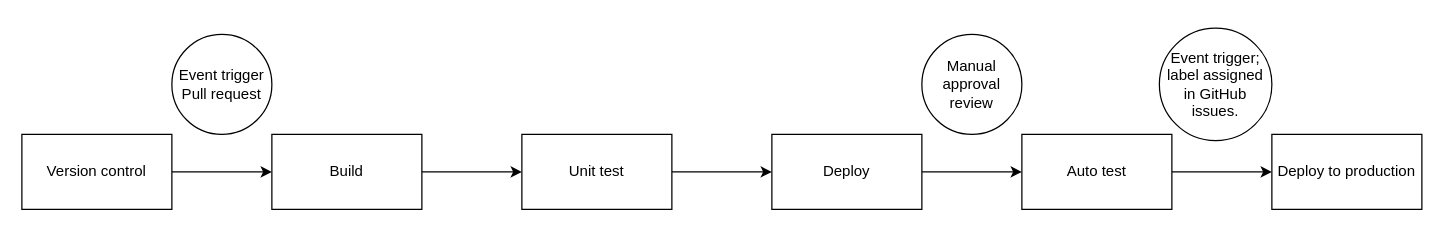
Earlier version of the draw.io diagram Untitled Diagram.drawio (sannya256/HSBS). Source tidied: cells renumbered, new cells numbered last; positions are measured from the earlier drawing's top-left corner, leaving out a move shared by most shapes. Both pictures are drawn from the tidied source at 125%, with x=0, y=0 at pixel (21, 28).
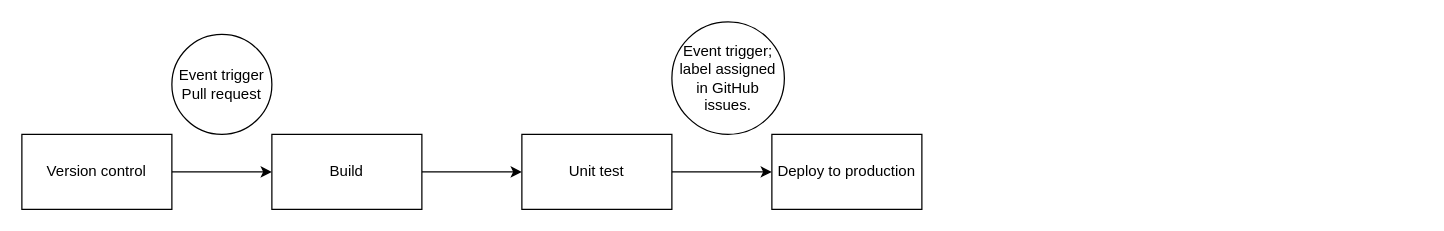
After the change.

Change to the diagram source:
```diff
@@
 <mxGraphModel>
   <root>
     <mxCell id="0" />
     <mxCell id="1" parent="0" />
     <mxCell id="2" style="edgeStyle=orthogonalEdgeStyle;rounded=0;jettySize=auto;html=1;" parent="1" edge="1" source="3" target="5">
       <mxGeometry relative="1" as="geometry" />
     </mxCell>
     <mxCell id="3" value="Version control" style="rounded=0;whiteSpace=wrap;html=1;" parent="1" vertex="1">
       <mxGeometry y="85" width="120" height="60" as="geometry" />
     </mxCell>
     <mxCell id="4" style="edgeStyle=orthogonalEdgeStyle;rounded=0;jettySize=auto;html=1;" parent="1" edge="1" source="5" target="7">
       <mxGeometry relative="1" as="geometry" />
     </mxCell>
     <mxCell id="5" value="Build" style="rounded=0;whiteSpace=wrap;html=1;" parent="1" vertex="1">
       <mxGeometry x="200" y="85" width="120" height="60" as="geometry" />
     </mxCell>
-    <mxCell id="6" style="edgeStyle=orthogonalEdgeStyle;rounded=0;jettySize=auto;html=1;" parent="1" edge="1" source="7" target="9">
-      <mxGeometry relative="1" as="geometry" />
+    <mxCell id="6" style="edgeStyle=orthogonalEdgeStyle;rounded=0;jettySize=auto;html=1;" parent="1" edge="1" source="7">
+      <mxGeometry relative="1" as="geometry">
+        <mxPoint x="600" y="115" as="targetPoint" />
+      </mxGeometry>
     </mxCell>
     <mxCell id="7" value="Unit test" style="rounded=0;whiteSpace=wrap;html=1;" parent="1" vertex="1">
       <mxGeometry x="400" y="85" width="120" height="60" as="geometry" />
     </mxCell>
-    <mxCell id="8" style="edgeStyle=orthogonalEdgeStyle;rounded=0;jettySize=auto;html=1;" parent="1" edge="1" source="9" target="11">
-      <mxGeometry relative="1" as="geometry" />
-    </mxCell>
-    <mxCell id="9" value="Deploy" style="rounded=0;whiteSpace=wrap;html=1;" parent="1" vertex="1">
-      <mxGeometry x="600" y="85" width="120" height="60" as="geometry" />
-    </mxCell>
-    <mxCell id="10" style="edgeStyle=orthogonalEdgeStyle;rounded=0;jettySize=auto;html=1;" parent="1" edge="1" source="11" target="12">
-      <mxGeometry relative="1" as="geometry" />
-    </mxCell>
-    <mxCell id="11" value="Auto test" style="rounded=0;whiteSpace=wrap;html=1;" parent="1" vertex="1">
-      <mxGeometry x="800" y="85" width="120" height="60" as="geometry" />
-    </mxCell>
     <mxCell id="12" value="Deploy to production" style="rounded=0;whiteSpace=wrap;html=1;" parent="1" vertex="1">
-      <mxGeometry x="1000" y="85" width="120" height="60" as="geometry" />
+      <mxGeometry x="600" y="85" width="120" height="60" as="geometry" />
     </mxCell>
     <mxCell id="13" value="Event trigger&lt;br&gt;Pull request" style="ellipse;whiteSpace=wrap;html=1;" parent="1" vertex="1">
       <mxGeometry x="120" y="5" width="80" height="80" as="geometry" />
     </mxCell>
     <mxCell id="14" value="Event trigger; label assigned in GitHub issues." style="ellipse;whiteSpace=wrap;html=1;" parent="1" vertex="1">
-      <mxGeometry x="910" width="90" height="90" as="geometry" />
+      <mxGeometry x="520" y="-5" width="90" height="90" as="geometry" />
     </mxCell>
-    <mxCell id="15" value="Manual approval review" style="ellipse;whiteSpace=wrap;html=1;" parent="1" vertex="1">
-      <mxGeometry x="720" y="5" width="80" height="80" as="geometry" />
-    </mxCell>
   </root>
 </mxGraphModel>
```
